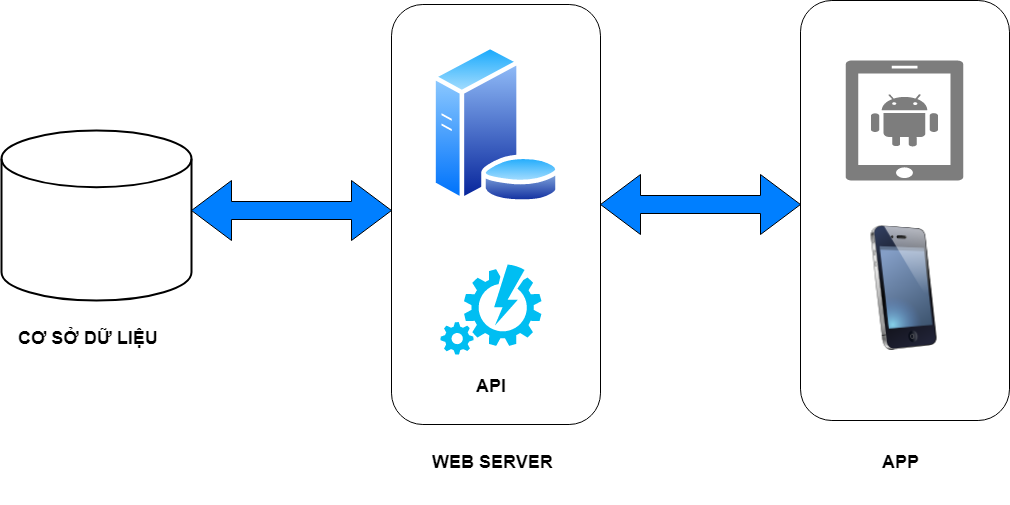
The draw.io diagram UNGDUNG/Mô hình cài đặt.png in duycoder/tailieu-hinet, before a commit. Source tidied: cells renumbered, new cells last; positions are measured from the earlier drawing's top-left corner, leaving out a move shared by most shapes.
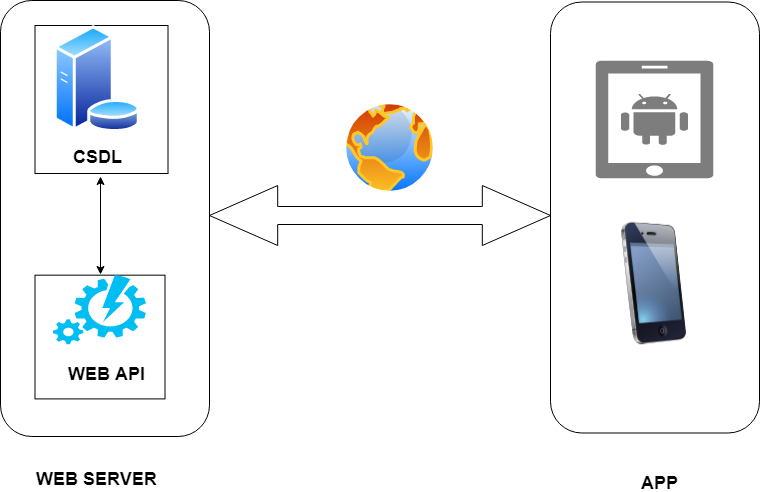
After the commit.

What changed in the source:
```diff
@@ -3,52 +3,58 @@
     <mxCell id="0" />
     <mxCell id="1" parent="0" />
     <mxCell id="2" style="group;" parent="1" vertex="1">
-      <mxGeometry x="390" y="4" width="610" height="500" as="geometry" />
+      <mxGeometry x="390" y="-11" width="610" height="546" as="geometry" />
     </mxCell>
-    <mxCell id="3" style="rounded=1;whiteSpace=wrap;html=1;" parent="2" vertex="1">
-      <mxGeometry width="209" height="420" as="geometry" />
+    <mxCell id="3" value="&lt;h2&gt;&lt;br&gt;&lt;/h2&gt;" style="rounded=1;whiteSpace=wrap;html=1;" parent="2" vertex="1">
+      <mxGeometry width="209" height="436" as="geometry" />
     </mxCell>
-    <mxCell id="4" style="group;" parent="2" vertex="1">
-      <mxGeometry x="39" y="40" width="131" height="310" as="geometry" />
-    </mxCell>
-    <mxCell id="5" value="&lt;h2&gt;&lt;b&gt;API&lt;/b&gt;&lt;/h2&gt;" style="verticalLabelPosition=bottom;html=1;verticalAlign=top;align=center;strokeColor=none;fillColor=#00BEF2;shape=mxgraph.azure.automation;" parent="4" vertex="1">
-      <mxGeometry x="10" y="220" width="101" height="90" as="geometry" />
-    </mxCell>
-    <mxCell id="6" style="perimeter=ellipsePerimeter;html=1;align=center;shadow=0;dashed=0;spacingTop=3;image;image=img/lib/active_directory/database_server.svg;strokeColor=#000000;strokeWidth=1;fillColor=#007FFF;" parent="4" vertex="1">
-      <mxGeometry width="131" height="160" as="geometry" />
-    </mxCell>
+    <mxCell id="18" style="group;strokeColor=#000000;" parent="3" vertex="1">
+      <mxGeometry x="34.5" y="25" width="133" height="148" as="geometry" />
+    </mxCell>
+    <mxCell id="19" style="perimeter=ellipsePerimeter;html=1;align=center;shadow=0;dashed=0;spacingTop=3;image;image=img/lib/active_directory/database_server.svg;strokeColor=#000000;strokeWidth=1;fillColor=#007FFF;" parent="18" vertex="1">
+      <mxGeometry x="18.3" width="88" height="107" as="geometry" />
+    </mxCell>
+    <mxCell id="20" value="&lt;h2&gt;&lt;b&gt;CSDL&lt;/b&gt;&lt;/h2&gt;" style="text;html=1;align=left;verticalAlign=top;spacingTop=-4;" parent="18" vertex="1">
+      <mxGeometry x="36.5" y="103.8" width="59" height="44" as="geometry" />
+    </mxCell>
+    <mxCell id="21" style="group;strokeColor=#000000;" parent="3" vertex="1">
+      <mxGeometry x="34.5" y="274.7" width="130" height="123.7" as="geometry" />
+    </mxCell>
+    <mxCell id="22" style="verticalLabelPosition=bottom;html=1;verticalAlign=top;align=center;strokeColor=none;fillColor=#00BEF2;shape=mxgraph.azure.automation;" parent="21" vertex="1">
+      <mxGeometry x="18" width="93" height="69" as="geometry" />
+    </mxCell>
+    <mxCell id="23" value="&lt;h2&gt;&lt;b&gt;WEB API&lt;/b&gt;&lt;/h2&gt;" style="text;html=1;align=left;verticalAlign=top;spacingTop=-4;" parent="21" vertex="1">
+      <mxGeometry x="31" y="71" width="87" height="44" as="geometry" />
+    </mxCell>
+    <mxCell id="24" style="endArrow=classic;startArrow=classic;html=1;" parent="3" edge="1">
+      <mxGeometry relative="1" as="geometry">
+        <mxPoint x="100" y="274" as="sourcePoint" />
+        <mxPoint x="100" y="176" as="targetPoint" />
+      </mxGeometry>
+    </mxCell>
     <mxCell id="7" value="&lt;h2&gt;&lt;/h2&gt;&lt;h2&gt;WEB SERVER&lt;/h2&gt;" style="text;html=1;align=left;verticalAlign=top;spacingTop=-4;" parent="2" vertex="1">
-      <mxGeometry x="39" y="430" width="140" height="50" as="geometry" />
+      <mxGeometry x="33.5" y="451" width="140" height="50" as="geometry" />
     </mxCell>
-    <mxCell id="8" style="group;" parent="1" vertex="1">
-      <mxGeometry y="130" width="190" height="260" as="geometry" />
-    </mxCell>
-    <mxCell id="9" style="strokeWidth=2;html=1;shape=mxgraph.flowchart.database;whiteSpace=wrap;" parent="8" vertex="1">
-      <mxGeometry width="190" height="170" as="geometry" />
-    </mxCell>
-    <mxCell id="10" value="&lt;h2&gt;&lt;b&gt;CƠ SỞ DỮ LIỆU&lt;/b&gt;&lt;/h2&gt;&lt;br&gt;" style="text;html=1;align=left;verticalAlign=top;spacingTop=-4;" parent="8" vertex="1">
-      <mxGeometry x="15" y="180" width="160" height="60" as="geometry" />
-    </mxCell>
-    <mxCell id="11" style="shape=doubleArrow;whiteSpace=wrap;html=1;strokeColor=#000000;strokeWidth=1;fillColor=#007FFF;" parent="1" vertex="1">
-      <mxGeometry x="190" y="180" width="200" height="60" as="geometry" />
-    </mxCell>
+    <mxCell id="25" style="perimeter=ellipsePerimeter;html=1;align=center;shadow=0;dashed=0;spacingTop=3;image;image=img/lib/active_directory/internet_globe.svg;strokeColor=#000000;" parent="2" vertex="1">
+      <mxGeometry x="341" y="99" width="97" height="97" as="geometry" />
+    </mxCell>
-    <mxCell id="12" style="shape=doubleArrow;whiteSpace=wrap;html=1;strokeColor=#000000;strokeWidth=1;fillColor=#007FFF;" parent="1" vertex="1">
-      <mxGeometry x="599" y="174" width="200" height="60" as="geometry" />
+    <mxCell id="12" style="shape=doubleArrow;whiteSpace=wrap;html=1;strokeWidth=1;" parent="1" vertex="1">
+      <mxGeometry x="599" y="174" width="341" height="60" as="geometry" />
     </mxCell>
     <mxCell id="13" style="group;" parent="1" vertex="1">
-      <mxGeometry x="799" width="209" height="480" as="geometry" />
+      <mxGeometry x="940" y="-9.5" width="209" height="470" as="geometry" />
     </mxCell>
     <mxCell id="14" style="rounded=1;whiteSpace=wrap;html=1;strokeWidth=1;" parent="13" vertex="1">
-      <mxGeometry width="209" height="420" as="geometry" />
+      <mxGeometry width="209" height="431" as="geometry" />
     </mxCell>
     <mxCell id="15" style="shadow=0;dashed=0;html=1;strokeColor=none;labelPosition=center;verticalLabelPosition=bottom;verticalAlign=top;align=center;shape=mxgraph.mscae.enterprise.android_phone;fillColor=#7D7D7D;" parent="13" vertex="1">
-      <mxGeometry x="45" y="60" width="118" height="120" as="geometry" />
+      <mxGeometry x="45" y="58.8" width="118" height="117.5" as="geometry" />
     </mxCell>
     <mxCell id="16" style="image;html=1;labelBackgroundColor=#ffffff;image=img/lib/clip_art/telecommunication/iPhone_128x128.png;strokeColor=#000000;strokeWidth=1;fillColor=#007FFF;" parent="13" vertex="1">
-      <mxGeometry x="45" y="225" width="117" height="125" as="geometry" />
+      <mxGeometry x="45" y="220.3" width="117" height="122.4" as="geometry" />
     </mxCell>
-    <mxCell id="17" value="&lt;h2 style=&quot;text-align: center&quot;&gt;&lt;b&gt;APP&lt;/b&gt;&lt;/h2&gt;" style="text;html=1;" parent="13" vertex="1">
-      <mxGeometry x="80" y="430" width="50" height="40" as="geometry" />
+    <mxCell id="17" value="&lt;h2 style=&quot;text-align: center&quot;&gt;&lt;b&gt;APP&lt;/b&gt;&lt;/h2&gt;" style="text;html=1;" parent="1" vertex="1">
+      <mxGeometry x="1028.5" y="440" width="50" height="39.2" as="geometry" />
     </mxCell>
   </root>
 </mxGraphModel>
```
